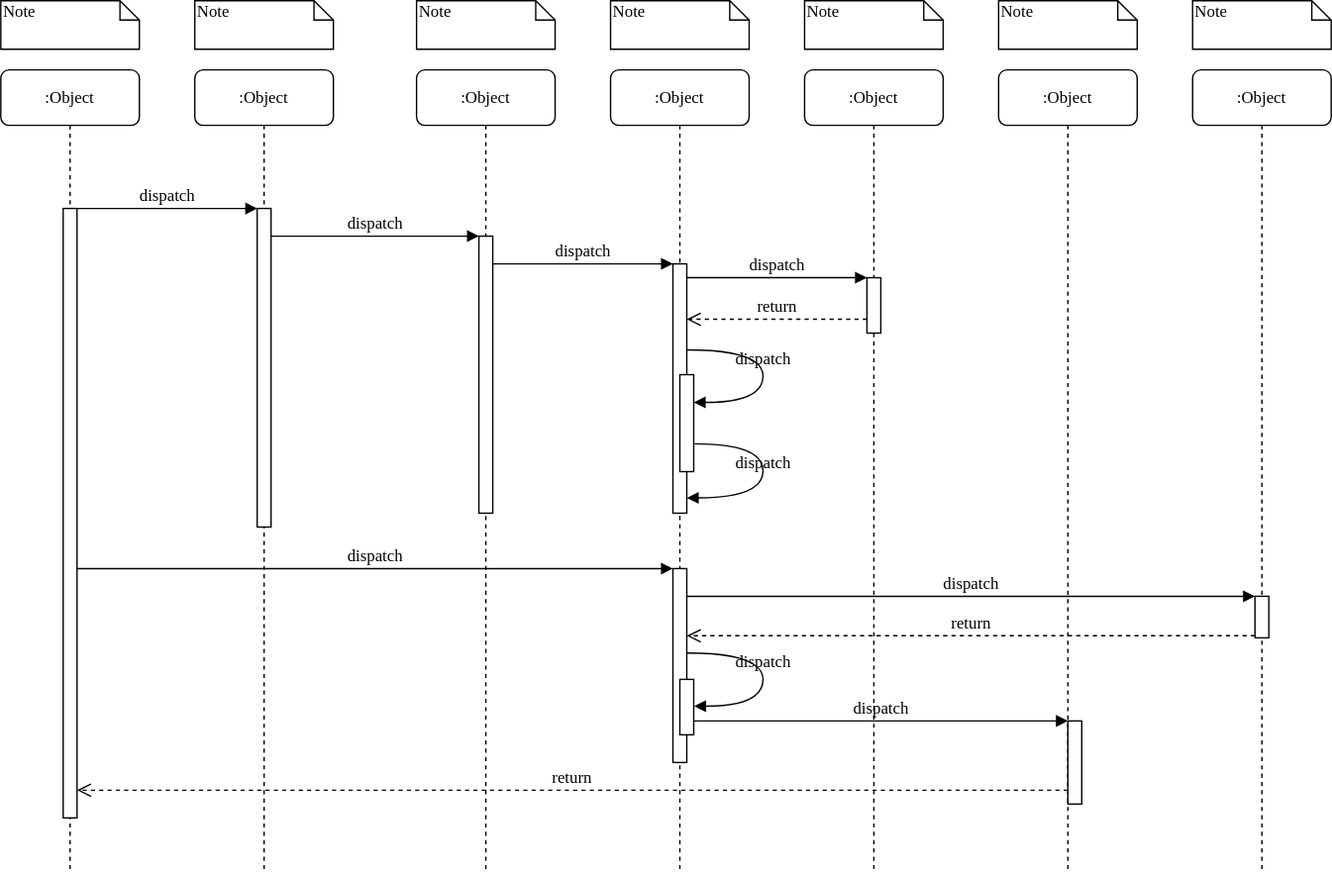
The draw.io diagram uml/sequence_diagram.svg in iker-gonzalez/webserv, before a commit. Source tidied: cells renumbered, new cells last; positions are measured from the earlier drawing's top-left corner, leaving out a move shared by most shapes.
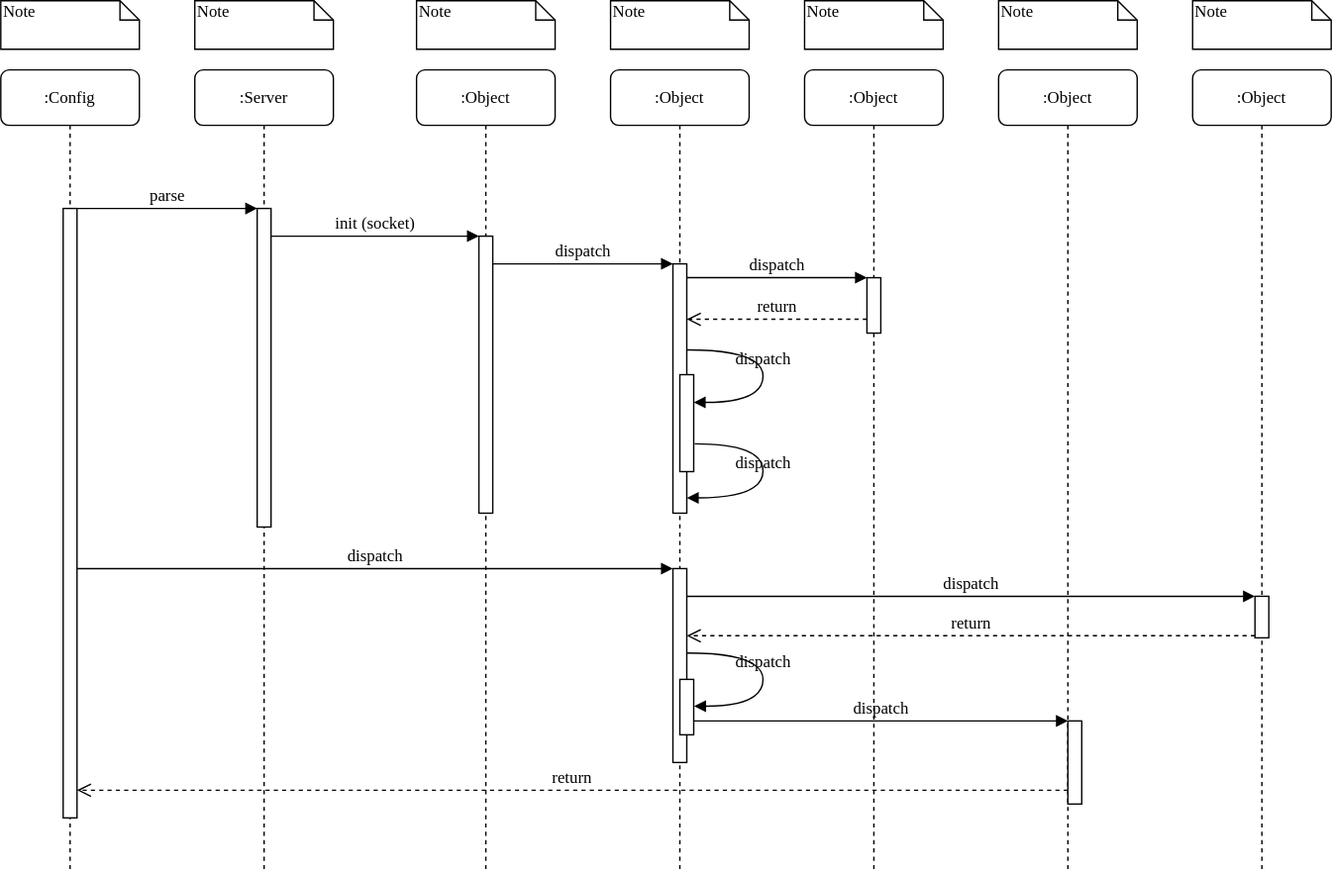
Later version of the same file.

The edit, as a diff of the source:
```diff
@@ -2,7 +2,7 @@
   <root>
     <mxCell id="0" />
     <mxCell id="1" parent="0" />
-    <mxCell id="2" value=":Object" style="shape=umlLifeline;perimeter=lifelinePerimeter;whiteSpace=wrap;html=1;rounded=1;shadow=0;comic=0;labelBackgroundColor=none;strokeWidth=1;fontFamily=Verdana;fontSize=12;align=center;" parent="1" vertex="1">
+    <mxCell id="2" value=":Server" style="shape=umlLifeline;perimeter=lifelinePerimeter;whiteSpace=wrap;html=1;rounded=1;shadow=0;comic=0;labelBackgroundColor=none;strokeWidth=1;fontFamily=Verdana;fontSize=12;align=center;" parent="1" vertex="1">
       <mxGeometry x="140" y="50" width="100" height="580" as="geometry" />
     </mxCell>
     <mxCell id="3" style="html=1;points=[];perimeter=orthogonalPerimeter;rounded=0;shadow=0;comic=0;labelBackgroundColor=none;strokeWidth=1;fontFamily=Verdana;fontSize=12;align=center;" parent="2" vertex="1">
@@ -26,7 +26,7 @@
     <mxCell id="9" value=":Object" style="shape=umlLifeline;perimeter=lifelinePerimeter;whiteSpace=wrap;html=1;rounded=1;shadow=0;comic=0;labelBackgroundColor=none;strokeWidth=1;fontFamily=Verdana;fontSize=12;align=center;" parent="1" vertex="1">
       <mxGeometry x="860" y="50" width="100" height="580" as="geometry" />
     </mxCell>
-    <mxCell id="10" value=":Object" style="shape=umlLifeline;perimeter=lifelinePerimeter;whiteSpace=wrap;html=1;rounded=1;shadow=0;comic=0;labelBackgroundColor=none;strokeWidth=1;fontFamily=Verdana;fontSize=12;align=center;" parent="1" vertex="1">
+    <mxCell id="10" value=":Config" style="shape=umlLifeline;perimeter=lifelinePerimeter;whiteSpace=wrap;html=1;rounded=1;shadow=0;comic=0;labelBackgroundColor=none;strokeWidth=1;fontFamily=Verdana;fontSize=12;align=center;" parent="1" vertex="1">
       <mxGeometry y="50" width="100" height="580" as="geometry" />
     </mxCell>
     <mxCell id="11" style="html=1;points=[];perimeter=orthogonalPerimeter;rounded=0;shadow=0;comic=0;labelBackgroundColor=none;strokeWidth=1;fontFamily=Verdana;fontSize=12;align=center;" parent="10" vertex="1">
@@ -84,10 +84,10 @@
         </Array>
       </mxGeometry>
     </mxCell>
-    <mxCell id="25" value="dispatch" style="html=1;verticalAlign=bottom;endArrow=block;entryX=0;entryY=0;labelBackgroundColor=none;fontFamily=Verdana;fontSize=12;edgeStyle=elbowEdgeStyle;elbow=vertical;" parent="1" edge="1" source="11" target="3">
+    <mxCell id="25" value="parse" style="html=1;verticalAlign=bottom;endArrow=block;entryX=0;entryY=0;labelBackgroundColor=none;fontFamily=Verdana;fontSize=12;edgeStyle=elbowEdgeStyle;elbow=vertical;" parent="1" edge="1" source="11" target="3">
       <mxGeometry relative="1" as="geometry" />
     </mxCell>
-    <mxCell id="26" value="dispatch" style="html=1;verticalAlign=bottom;endArrow=block;entryX=0;entryY=0;labelBackgroundColor=none;fontFamily=Verdana;fontSize=12;edgeStyle=elbowEdgeStyle;elbow=vertical;" parent="1" edge="1" source="3" target="5">
+    <mxCell id="26" value="init (socket)" style="html=1;verticalAlign=bottom;endArrow=block;entryX=0;entryY=0;labelBackgroundColor=none;fontFamily=Verdana;fontSize=12;edgeStyle=elbowEdgeStyle;elbow=vertical;" parent="1" edge="1" source="3" target="5">
       <mxGeometry relative="1" as="geometry" />
     </mxCell>
     <mxCell id="27" style="html=1;points=[];perimeter=orthogonalPerimeter;rounded=0;shadow=0;comic=0;labelBackgroundColor=none;strokeWidth=1;fontFamily=Verdana;fontSize=12;align=center;" parent="1" vertex="1">
```
